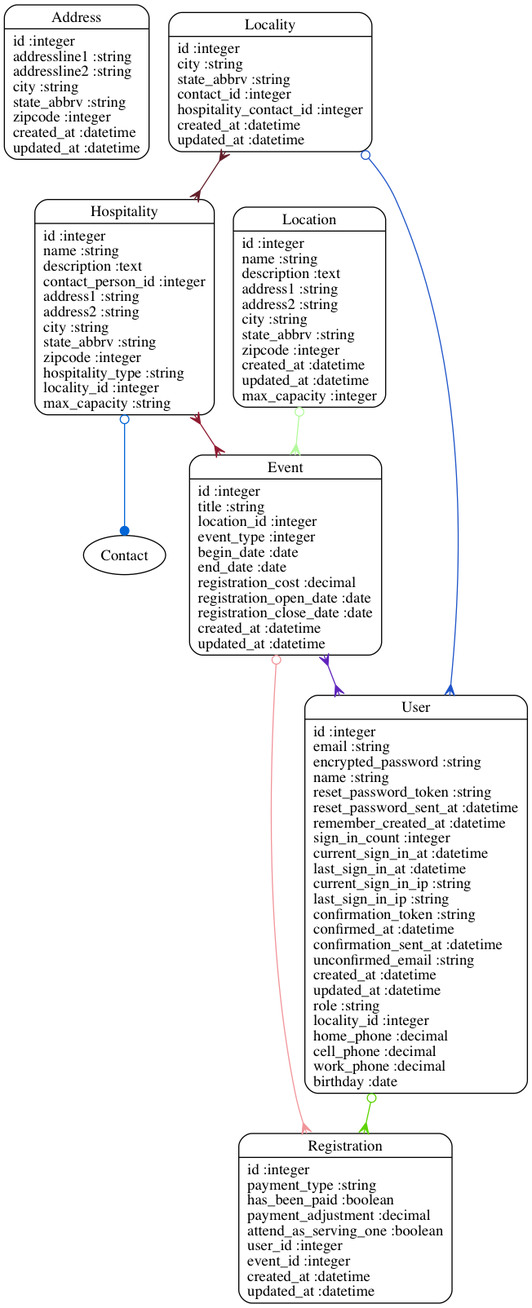
The Graphviz diagram models.png in hdfelix/ypreg, before a commit. Its source is kept beside it as models.dot. Its diagram source:
```dot
digraph models_diagram {
	graph[overlap=false, splines=true]
	"Address" [shape=Mrecord, label="{Address|id :integer\laddressline1 :string\laddressline2 :string\lcity :string\lstate_abbrv :string\lzipcode :integer\lcreated_at :datetime\lupdated_at :datetime\l}"]
	"Event" [shape=Mrecord, label="{Event|id :integer\ltitle :string\llocation_id :integer\levent_type :integer\lbegin_date :date\lend_date :date\lregistration_cost :decimal\lregistration_open_date :date\lregistration_close_date :date\lcreated_at :datetime\lupdated_at :datetime\l}"]
	"Hospitality" [shape=Mrecord, label="{Hospitality|id :integer\lname :string\ldescription :text\lcontact_person_id :integer\laddress1 :string\laddress2 :string\lcity :string\lstate_abbrv :string\lzipcode :integer\lhospitality_type :string\llocality_id :integer\lmax_capacity :string\l}"]
	"Locality" [shape=Mrecord, label="{Locality|id :integer\lcity :string\lstate_abbrv :string\lcontact_id :integer\lhospitality_contact_id :integer\lcreated_at :datetime\lupdated_at :datetime\l}"]
	"Location" [shape=Mrecord, label="{Location|id :integer\lname :string\ldescription :text\laddress1 :string\laddress2 :string\lcity :string\lstate_abbrv :string\lzipcode :integer\lcreated_at :datetime\lupdated_at :datetime\lmax_capacity :integer\l}"]
	"Registration" [shape=Mrecord, label="{Registration|id :integer\lpayment_type :string\lhas_been_paid :boolean\lpayment_adjustment :decimal\lattend_as_serving_one :boolean\luser_id :integer\levent_id :integer\lcreated_at :datetime\lupdated_at :datetime\l}"]
	"User" [shape=Mrecord, label="{User|id :integer\lemail :string\lencrypted_password :string\lname :string\lreset_password_token :string\lreset_password_sent_at :datetime\lremember_created_at :datetime\lsign_in_count :integer\lcurrent_sign_in_at :datetime\llast_sign_in_at :datetime\lcurrent_sign_in_ip :string\llast_sign_in_ip :string\lconfirmation_token :string\lconfirmed_at :datetime\lconfirmation_sent_at :datetime\lunconfirmed_email :string\lcreated_at :datetime\lupdated_at :datetime\lrole :string\llocality_id :integer\lhome_phone :decimal\lcell_phone :decimal\lwork_phone :decimal\lbirthday :date\l}"]
	"Event" -> "Registration" [arrowtail=odot, arrowhead=crow, dir=both color="#F0959A"]
	"Event" -> "User" [arrowtail=crow, arrowhead=crow, dir=both color="#5F24BC"]
	"Hospitality" -> "Event" [arrowtail=crow, arrowhead=crow, dir=both color="#8F1B31"]
	"Hospitality" -> "Contact" [arrowtail=odot, arrowhead=dot, dir=both color="#0265D6"]
	"Locality" -> "User" [arrowtail=odot, arrowhead=crow, dir=both color="#1E54C8"]
	"Locality" -> "Hospitality" [arrowtail=crow, arrowhead=crow, dir=both color="#631F2A"]
	"Location" -> "Event" [arrowtail=odot, arrowhead=crow, dir=both color="#B4F99D"]
	"User" -> "Registration" [arrowtail=odot, arrowhead=crow, dir=both color="#5ED303"]
}
```
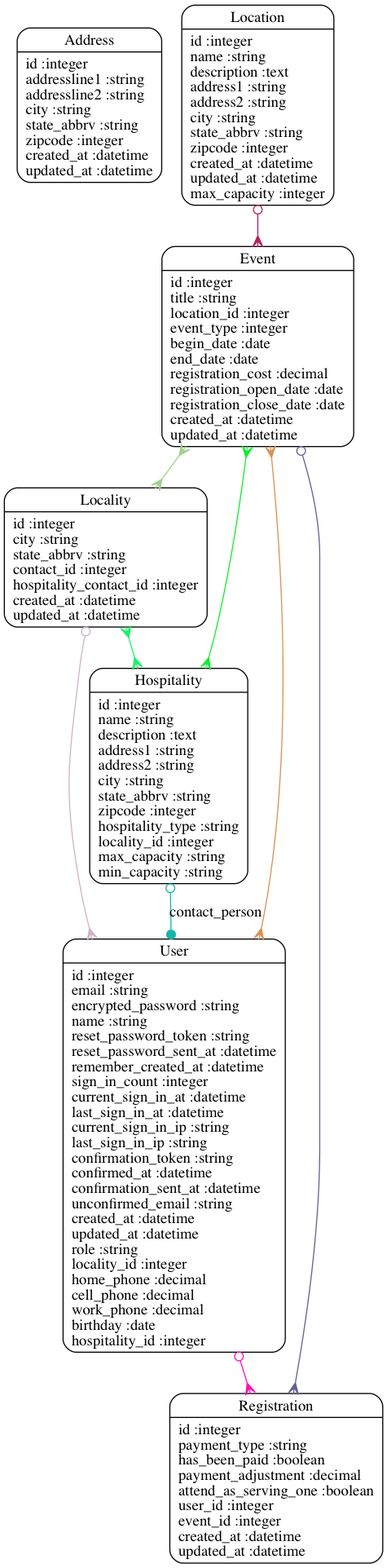
The same diagram one commit later.

Commit message:
Updated ERB diagram

Diff of the diagram source:
```diff
@@ -2,17 +2,18 @@
 	graph[overlap=false, splines=true]
 	"Address" [shape=Mrecord, label="{Address|id :integer\laddressline1 :string\laddressline2 :string\lcity :string\lstate_abbrv :string\lzipcode :integer\lcreated_at :datetime\lupdated_at :datetime\l}"]
 	"Event" [shape=Mrecord, label="{Event|id :integer\ltitle :string\llocation_id :integer\levent_type :integer\lbegin_date :date\lend_date :date\lregistration_cost :decimal\lregistration_open_date :date\lregistration_close_date :date\lcreated_at :datetime\lupdated_at :datetime\l}"]
-	"Hospitality" [shape=Mrecord, label="{Hospitality|id :integer\lname :string\ldescription :text\lcontact_person_id :integer\laddress1 :string\laddress2 :string\lcity :string\lstate_abbrv :string\lzipcode :integer\lhospitality_type :string\llocality_id :integer\lmax_capacity :string\l}"]
+	"Hospitality" [shape=Mrecord, label="{Hospitality|id :integer\lname :string\ldescription :text\laddress1 :string\laddress2 :string\lcity :string\lstate_abbrv :string\lzipcode :integer\lhospitality_type :string\llocality_id :integer\lmax_capacity :string\lmin_capacity :string\l}"]
 	"Locality" [shape=Mrecord, label="{Locality|id :integer\lcity :string\lstate_abbrv :string\lcontact_id :integer\lhospitality_contact_id :integer\lcreated_at :datetime\lupdated_at :datetime\l}"]
 	"Location" [shape=Mrecord, label="{Location|id :integer\lname :string\ldescription :text\laddress1 :string\laddress2 :string\lcity :string\lstate_abbrv :string\lzipcode :integer\lcreated_at :datetime\lupdated_at :datetime\lmax_capacity :integer\l}"]
 	"Registration" [shape=Mrecord, label="{Registration|id :integer\lpayment_type :string\lhas_been_paid :boolean\lpayment_adjustment :decimal\lattend_as_serving_one :boolean\luser_id :integer\levent_id :integer\lcreated_at :datetime\lupdated_at :datetime\l}"]
-	"User" [shape=Mrecord, label="{User|id :integer\lemail :string\lencrypted_password :string\lname :string\lreset_password_token :string\lreset_password_sent_at :datetime\lremember_created_at :datetime\lsign_in_count :integer\lcurrent_sign_in_at :datetime\llast_sign_in_at :datetime\lcurrent_sign_in_ip :string\llast_sign_in_ip :string\lconfirmation_token :string\lconfirmed_at :datetime\lconfirmation_sent_at :datetime\lunconfirmed_email :string\lcreated_at :datetime\lupdated_at :datetime\lrole :string\llocality_id :integer\lhome_phone :decimal\lcell_phone :decimal\lwork_phone :decimal\lbirthday :date\l}"]
-	"Event" -> "Registration" [arrowtail=odot, arrowhead=crow, dir=both color="#F0959A"]
-	"Event" -> "User" [arrowtail=crow, arrowhead=crow, dir=both color="#5F24BC"]
-	"Hospitality" -> "Event" [arrowtail=crow, arrowhead=crow, dir=both color="#8F1B31"]
-	"Hospitality" -> "Contact" [arrowtail=odot, arrowhead=dot, dir=both color="#0265D6"]
-	"Locality" -> "User" [arrowtail=odot, arrowhead=crow, dir=both color="#1E54C8"]
-	"Locality" -> "Hospitality" [arrowtail=crow, arrowhead=crow, dir=both color="#631F2A"]
-	"Location" -> "Event" [arrowtail=odot, arrowhead=crow, dir=both color="#B4F99D"]
-	"User" -> "Registration" [arrowtail=odot, arrowhead=crow, dir=both color="#5ED303"]
+	"User" [shape=Mrecord, label="{User|id :integer\lemail :string\lencrypted_password :string\lname :string\lreset_password_token :string\lreset_password_sent_at :datetime\lremember_created_at :datetime\lsign_in_count :integer\lcurrent_sign_in_at :datetime\llast_sign_in_at :datetime\lcurrent_sign_in_ip :string\llast_sign_in_ip :string\lconfirmation_token :string\lconfirmed_at :datetime\lconfirmation_sent_at :datetime\lunconfirmed_email :string\lcreated_at :datetime\lupdated_at :datetime\lrole :string\llocality_id :integer\lhome_phone :decimal\lcell_phone :decimal\lwork_phone :decimal\lbirthday :date\lhospitality_id :integer\l}"]
+	"Event" -> "Registration" [arrowtail=odot, arrowhead=crow, dir=both color="#656291"]
+	"Event" -> "User" [arrowtail=crow, arrowhead=crow, dir=both color="#DB9153"]
+	"Event" -> "Locality" [arrowtail=crow, arrowhead=crow, dir=both color="#9FD08F"]
+	"Event" -> "Hospitality" [arrowtail=crow, arrowhead=crow, dir=both color="#15EB33"]
+	"Hospitality" -> "User" [label="contact_person", arrowtail=odot, arrowhead=dot, dir=both color="#14B6A5"]
+	"Locality" -> "User" [arrowtail=odot, arrowhead=crow, dir=both color="#CFB3C5"]
+	"Locality" -> "Hospitality" [arrowtail=crow, arrowhead=crow, dir=both color="#16F365"]
+	"Location" -> "Event" [arrowtail=odot, arrowhead=crow, dir=both color="#B51E63"]
+	"User" -> "Registration" [arrowtail=odot, arrowhead=crow, dir=both color="#FE10B8"]
 }
```
